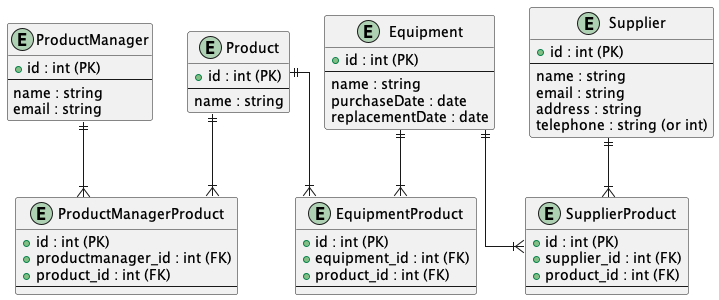
This is out/week2/assignment2-normalisation/Mechanical Products Normalisation.png from robpickerill/CSC-40080, a PlantUML export, as it was before one commit.
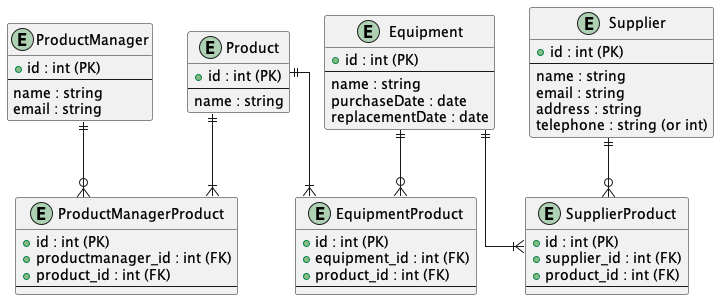
Later version of the same file.

Change to the diagram source:
```diff
@@ -54,12 +54,12 @@
 }
 
 product ||--|{ equipmentproduct
-equipment ||--|{ equipmentproduct
+equipment ||--o{ equipmentproduct
 
 product ||--|{ productmanagerproduct
-productmanager ||--|{ productmanagerproduct
+productmanager ||--o{ productmanagerproduct
 
 equipment ||--|{ supplierproduct
-supplier ||--|{ supplierproduct
+supplier ||--o{ supplierproduct
 
 @enduml
```
